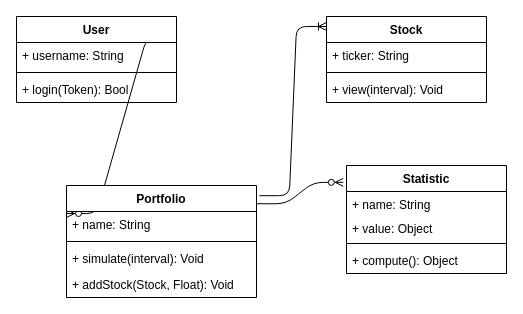
Before: documentation/uml/stocksim_class_UML_diagram.drawio in rambodrahmani/stocksim, a draw.io diagram. Source tidied: cells renumbered, new cells numbered last; positions are measured from the earlier drawing's top-left corner, leaving out a move shared by most shapes. Both pictures are drawn from the tidied source at 100%, with x=0, y=0 at pixel (16, 16).
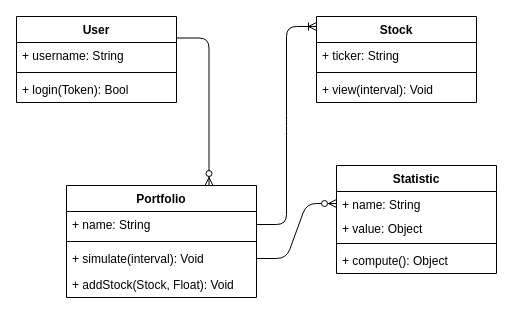
After the change.

Unchanged cells that the change refers to:
```xml
<mxCell id="5" value="User" style="swimlane;fontStyle=1;align=center;verticalAlign=top;horizontal=1;startSize=26;" parent="1" vertex="1">
  <mxGeometry width="160" height="86" as="geometry" />
</mxCell>
<mxCell id="9" value="Portfolio" style="swimlane;fontStyle=1;align=center;verticalAlign=top;horizontal=1;startSize=26;" parent="1" vertex="1">
  <mxGeometry x="50" y="169" width="190" height="112" as="geometry" />
</mxCell>
<mxCell id="10" value="+ name: String" style="text;strokeColor=none;fillColor=none;align=left;verticalAlign=top;spacingLeft=4;spacingRight=4;overflow=hidden;points=[[0,0.5],[1,0.5]];portConstraint=eastwest;" parent="9" vertex="1">
  <mxGeometry y="26" width="190" height="26" as="geometry" />
</mxCell>
<mxCell id="12" value="+ simulate(interval): Void" style="text;strokeColor=none;fillColor=none;align=left;verticalAlign=top;spacingLeft=4;spacingRight=4;overflow=hidden;points=[[0,0.5],[1,0.5]];portConstraint=eastwest;" parent="9" vertex="1">
  <mxGeometry y="60" width="190" height="26" as="geometry" />
</mxCell>
<mxCell id="19" value="+ name: String" style="text;strokeColor=none;fillColor=none;align=left;verticalAlign=top;spacingLeft=4;spacingRight=4;overflow=hidden;points=[[0,0.5],[1,0.5]];portConstraint=eastwest;" parent="18" vertex="1">
  <mxGeometry y="26" width="160" height="24" as="geometry" />
</mxCell>
```

What changed in the source:
```diff
@@
-    <mxCell id="2" style="edgeStyle=entityRelationEdgeStyle;fontSize=12;html=1;endArrow=ERzeroToMany;endFill=1;entryX=0;entryY=0.25;entryDx=0;entryDy=0;exitX=1;exitY=0.25;exitDx=0;exitDy=0;" parent="1" edge="1" source="5" target="9">
+    <mxCell id="2" style="fontSize=12;html=1;endArrow=ERzeroToMany;endFill=1;exitX=1;exitY=0.25;exitDx=0;exitDy=0;edgeStyle=orthogonalEdgeStyle;entryX=0.75;entryY=0;entryDx=0;entryDy=0;" parent="1" edge="1" source="5" target="9">
       <mxGeometry relative="1" as="geometry" />
     </mxCell>
-    <mxCell id="3" style="edgeStyle=entityRelationEdgeStyle;fontSize=12;html=1;endArrow=ERoneToMany;exitX=1.015;exitY=0.091;exitDx=0;exitDy=0;entryX=0;entryY=0.116;entryDx=0;entryDy=0;entryPerimeter=0;exitPerimeter=0;" parent="1" edge="1" source="9" target="14">
+    <mxCell id="3" style="edgeStyle=entityRelationEdgeStyle;fontSize=12;html=1;endArrow=ERoneToMany;exitX=1;exitY=0.5;exitDx=0;exitDy=0;entryX=0;entryY=0.116;entryDx=0;entryDy=0;entryPerimeter=0;" parent="1" edge="1" source="10" target="14">
       <mxGeometry relative="1" as="geometry" />
     </mxCell>
-    <mxCell id="4" style="edgeStyle=entityRelationEdgeStyle;fontSize=12;html=1;endArrow=ERzeroToMany;endFill=1;exitX=0.998;exitY=0.163;exitDx=0;exitDy=0;exitPerimeter=0;entryX=-0.02;entryY=0.156;entryDx=0;entryDy=0;entryPerimeter=0;" parent="1" edge="1" source="9" target="18">
+    <mxCell id="4" style="edgeStyle=entityRelationEdgeStyle;fontSize=12;html=1;endArrow=ERzeroToMany;endFill=1;exitX=1;exitY=0.5;exitDx=0;exitDy=0;entryX=0;entryY=0.5;entryDx=0;entryDy=0;" parent="1" edge="1" source="12" target="19">
       <mxGeometry relative="1" as="geometry" />
     </mxCell>
@@
     <mxCell id="14" value="Stock" style="swimlane;fontStyle=1;align=center;verticalAlign=top;horizontal=1;startSize=26;" parent="1" vertex="1">
-      <mxGeometry x="310" width="160" height="86" as="geometry" />
+      <mxGeometry x="300" width="160" height="86" as="geometry" />
     </mxCell>
@@
     <mxCell id="18" value="Statistic" style="swimlane;fontStyle=1;align=center;verticalAlign=top;horizontal=1;startSize=26;" parent="1" vertex="1">
-      <mxGeometry x="330" y="149" width="160" height="108" as="geometry" />
+      <mxGeometry x="320" y="149" width="160" height="108" as="geometry" />
     </mxCell>
```
